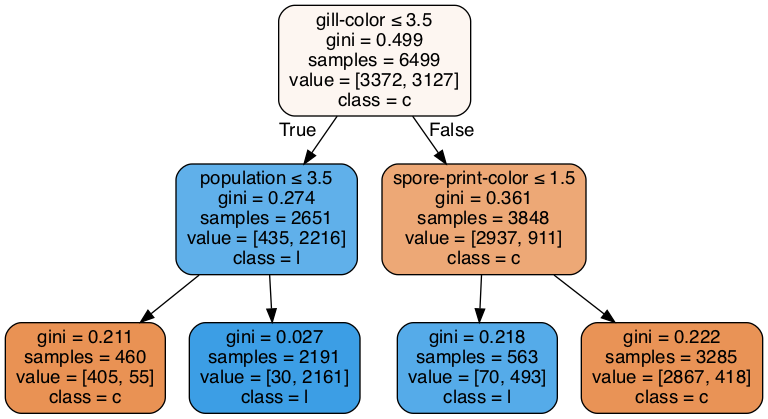
Above: Lab02/clf-max-depth-2.gv.png in anhle199/Intro2AI-HCMUS (Graphviz), before the change. Its source is kept beside it as Lab02/clf-max-depth-2.gv.
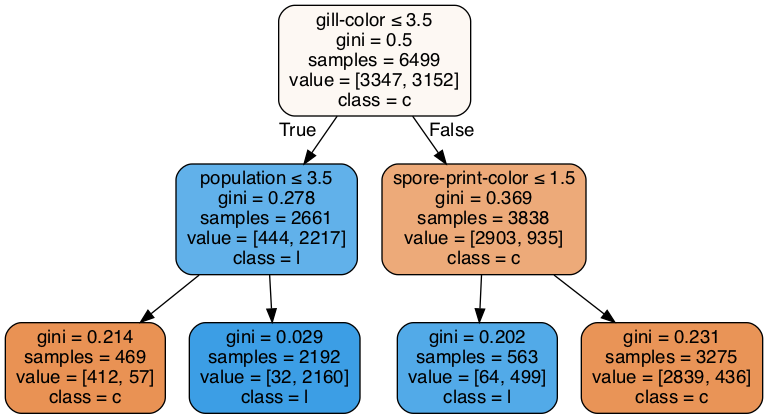
Later version of the same file.

What changed in the source:
```diff
@@ -1,17 +1,17 @@
 digraph Tree {
 node [shape=box, style="filled, rounded", color="black", fontname=helvetica] ;
 edge [fontname=helvetica] ;
-0 [label=<gill-color &le; 3.5<br/>gini = 0.499<br/>samples = 6499<br/>value = [3372, 3127]<br/>class = c>, fillcolor="#fdf6f1"] ;
-1 [label=<population &le; 3.5<br/>gini = 0.274<br/>samples = 2651<br/>value = [435, 2216]<br/>class = l>, fillcolor="#60b0ea"] ;
+0 [label=<gill-color &le; 3.5<br/>gini = 0.5<br/>samples = 6499<br/>value = [3347, 3152]<br/>class = c>, fillcolor="#fdf8f3"] ;
+1 [label=<population &le; 3.5<br/>gini = 0.278<br/>samples = 2661<br/>value = [444, 2217]<br/>class = l>, fillcolor="#61b1ea"] ;
 0 -> 1 [labeldistance=2.5, labelangle=45, headlabel="True"] ;
-2 [label=<gini = 0.211<br/>samples = 460<br/>value = [405, 55]<br/>class = c>, fillcolor="#e99254"] ;
+2 [label=<gini = 0.214<br/>samples = 469<br/>value = [412, 57]<br/>class = c>, fillcolor="#e99254"] ;
 1 -> 2 ;
-3 [label=<gini = 0.027<br/>samples = 2191<br/>value = [30, 2161]<br/>class = l>, fillcolor="#3c9ee5"] ;
+3 [label=<gini = 0.029<br/>samples = 2192<br/>value = [32, 2160]<br/>class = l>, fillcolor="#3c9ee5"] ;
 1 -> 3 ;
-4 [label=<spore-print-color &le; 1.5<br/>gini = 0.361<br/>samples = 3848<br/>value = [2937, 911]<br/>class = c>, fillcolor="#eda876"] ;
+4 [label=<spore-print-color &le; 1.5<br/>gini = 0.369<br/>samples = 3838<br/>value = [2903, 935]<br/>class = c>, fillcolor="#edaa79"] ;
 0 -> 4 [labeldistance=2.5, labelangle=-45, headlabel="False"] ;
-5 [label=<gini = 0.218<br/>samples = 563<br/>value = [70, 493]<br/>class = l>, fillcolor="#55abe9"] ;
+5 [label=<gini = 0.202<br/>samples = 563<br/>value = [64, 499]<br/>class = l>, fillcolor="#52aae8"] ;
 4 -> 5 ;
-6 [label=<gini = 0.222<br/>samples = 3285<br/>value = [2867, 418]<br/>class = c>, fillcolor="#e99356"] ;
+6 [label=<gini = 0.231<br/>samples = 3275<br/>value = [2839, 436]<br/>class = c>, fillcolor="#e99457"] ;
 4 -> 6 ;
 }
```
